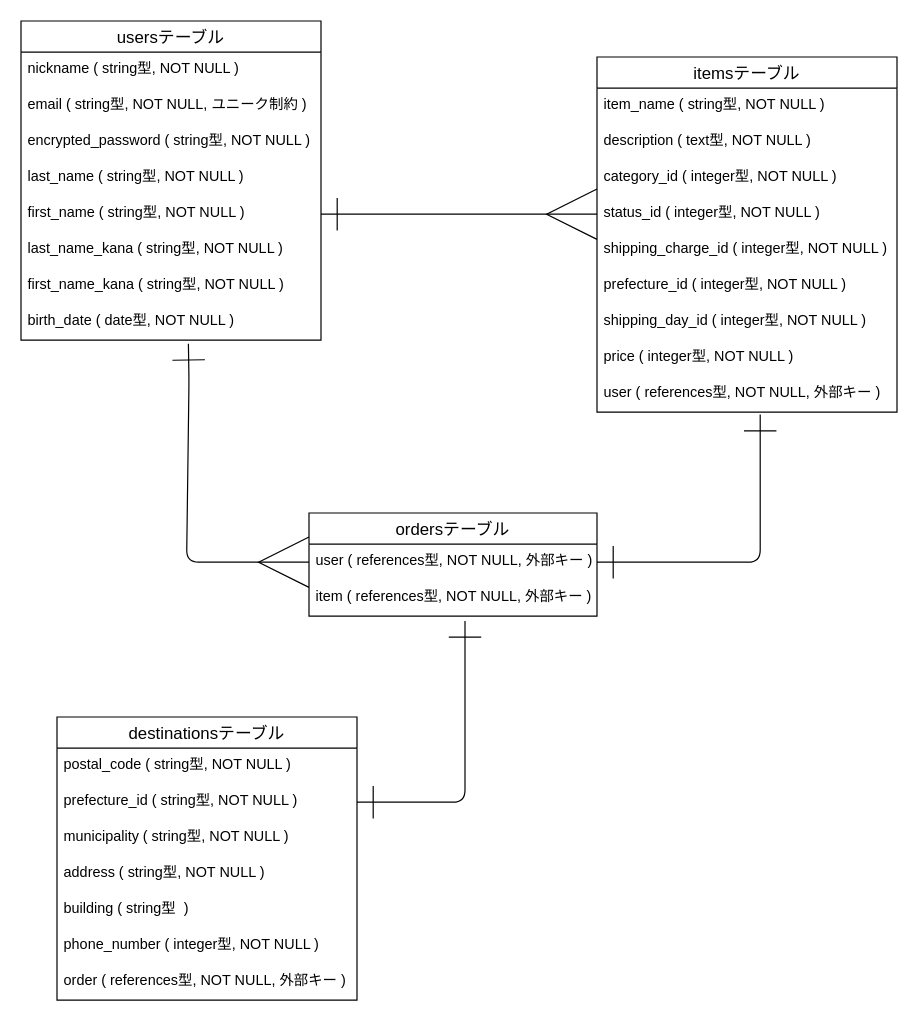
Before: ER.dio in shero37/furima-38746, a draw.io diagram. Source tidied: cells renumbered, new cells numbered last; positions are measured from the earlier drawing's top-left corner, leaving out a move shared by most shapes. Both pictures are drawn from the tidied source at 120%, with x=0, y=0 at pixel (20, 20).
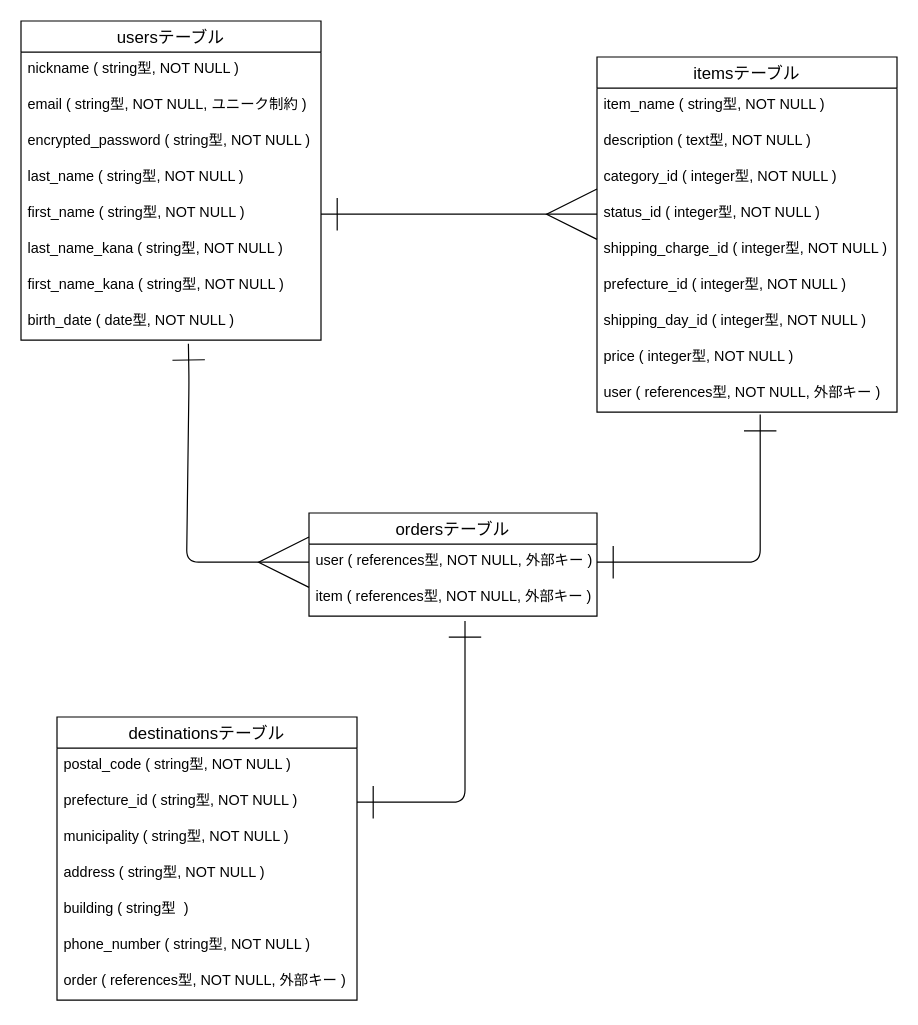
After the change.

Commit message (it also covers changes not shown here):
phone_numberカラムをstring型に修正

The change refers to these unchanged cells:
```xml
<mxCell id="22" value="destinationsテーブル" style="swimlane;fontStyle=0;horizontal=1;startSize=26;align=center;fontSize=14;" parent="1" vertex="1">
  <mxGeometry x="30" y="580" width="250" height="236" as="geometry" />
</mxCell>
```

Diff of the diagram source:
```diff
@@
-    <mxCell id="28" value="phone_number ( integer型, NOT NULL )" style="text;strokeColor=none;fillColor=none;spacingLeft=4;spacingRight=4;overflow=hidden;fontSize=12;" parent="22" vertex="1">
+    <mxCell id="28" value="phone_number ( string型, NOT NULL )" style="text;strokeColor=none;fillColor=none;spacingLeft=4;spacingRight=4;overflow=hidden;fontSize=12;" parent="22" vertex="1">
       <mxGeometry y="176" width="250" height="30" as="geometry" />
     </mxCell>
```
